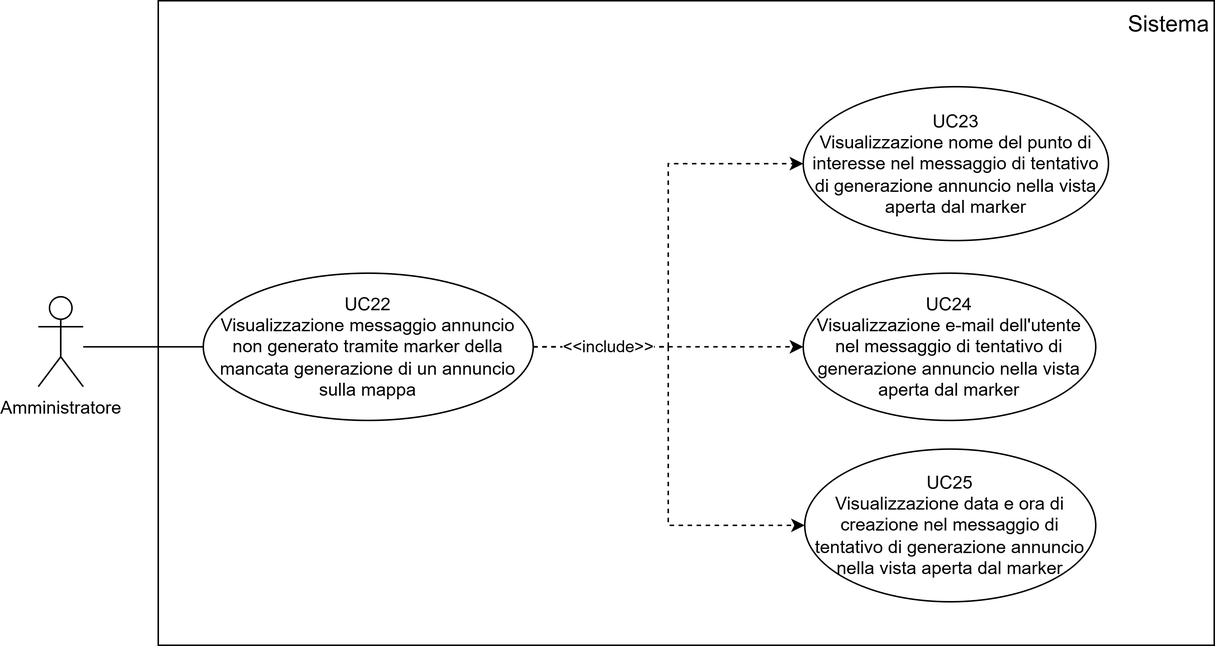
Before: assets/use_cases/UC22-23-24-25.png, a diagram exported from draw.io (SWEatUNIPD/docs). Source tidied: cells renumbered, new cells last; positions are measured from the earlier drawing's top-left corner, leaving out a move shared by most shapes.
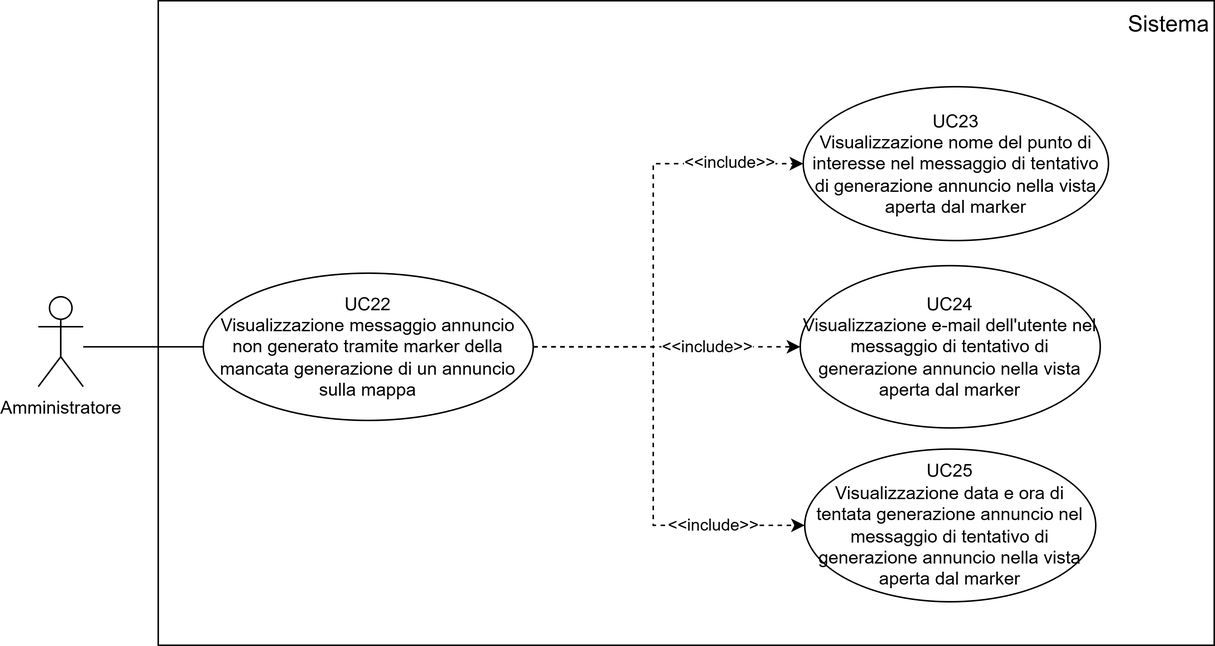
The same diagram one commit later.

Diff of the diagram source:
```diff
@@ -18,38 +18,46 @@
     <mxCell id="5" style="edgeStyle=orthogonalEdgeStyle;rounded=0;jettySize=auto;html=1;dashed=1;exitX=1;exitY=0.5;exitDx=0;exitDy=0;" parent="1" edge="1" source="9" target="10">
       <mxGeometry relative="1" as="geometry">
         <Array as="points">
-          <mxPoint x="420" y="231" />
-          <mxPoint x="420" y="350" />
+          <mxPoint x="330" y="230" />
+          <mxPoint x="410" y="230" />
+          <mxPoint x="410" y="350" />
         </Array>
       </mxGeometry>
     </mxCell>
+    <mxCell id="14" value="&amp;lt;&amp;lt;include&amp;gt;&amp;gt;" style="edgeLabel;html=1;align=center;verticalAlign=middle;" parent="5" vertex="1">
+      <mxGeometry x="0.59" y="1" relative="1" as="geometry" />
+    </mxCell>
     <mxCell id="6" style="edgeStyle=orthogonalEdgeStyle;rounded=0;jettySize=auto;html=1;exitX=1;exitY=0.5;exitDx=0;exitDy=0;dashed=1;entryX=0;entryY=0.5;entryDx=0;entryDy=0;" parent="1" edge="1" source="9" target="12">
       <mxGeometry relative="1" as="geometry" />
     </mxCell>
+    <mxCell id="15" value="&amp;lt;&amp;lt;include&amp;gt;&amp;gt;" style="edgeLabel;html=1;align=center;verticalAlign=middle;" parent="6" vertex="1">
+      <mxGeometry x="0.3" y="-3" relative="1" as="geometry">
+        <mxPoint y="-3" as="offset" />
+      </mxGeometry>
+    </mxCell>
     <mxCell id="7" style="edgeStyle=orthogonalEdgeStyle;rounded=0;jettySize=auto;html=1;exitX=1;exitY=0.5;exitDx=0;exitDy=0;entryX=0;entryY=0.5;entryDx=0;entryDy=0;dashed=1;" parent="1" edge="1" source="9" target="11">
       <mxGeometry relative="1" as="geometry">
         <Array as="points">
-          <mxPoint x="420" y="231" />
-          <mxPoint x="420" y="109" />
+          <mxPoint x="330" y="230" />
+          <mxPoint x="410" y="230" />
+          <mxPoint x="410" y="109" />
         </Array>
       </mxGeometry>
     </mxCell>
-    <mxCell id="8" value="&amp;lt;&amp;lt;include&amp;gt;&amp;gt;" style="edgeLabel;html=1;align=center;verticalAlign=middle;" parent="7" vertex="1">
-      <mxGeometry x="-0.76" relative="1" as="geometry">
-        <mxPoint x="14" as="offset" />
-      </mxGeometry>
-    </mxCell>
+    <mxCell id="16" value="&amp;lt;&amp;lt;include&amp;gt;&amp;gt;" style="edgeLabel;html=1;align=center;verticalAlign=middle;" parent="7" vertex="1">
+      <mxGeometry x="0.68" y="1" relative="1" as="geometry" />
+    </mxCell>
     <mxCell id="9" value="UC22&lt;div&gt;Visualizzazione messaggio annuncio non generato tramite marker della mancata generazione di un annuncio sulla mappa&lt;/div&gt;" style="ellipse;whiteSpace=wrap;html=1;fillColor=none;" parent="1" vertex="1">
       <mxGeometry x="110" y="181.8" width="220" height="98.2" as="geometry" />
     </mxCell>
-    <mxCell id="10" value="UC25&lt;div&gt;Visualizzazione data e ora di creazione nel messaggio di tentativo di generazione annuncio nella vista aperta dal marker&lt;/div&gt;" style="ellipse;whiteSpace=wrap;html=1;fillColor=none;" parent="1" vertex="1">
+    <mxCell id="10" value="UC25&lt;div&gt;Visualizzazione data e ora di tentata generazione annuncio nel messaggio di tentativo di generazione annuncio nella vista aperta dal marker&lt;/div&gt;" style="ellipse;whiteSpace=wrap;html=1;fillColor=none;" parent="1" vertex="1">
       <mxGeometry x="511" y="299.1" width="194" height="101.9" as="geometry" />
     </mxCell>
     <mxCell id="11" value="UC23&lt;div&gt;Visualizzazione nome del punto di interesse nel messaggio di tentativo di generazione annuncio nella vista aperta dal marker&lt;/div&gt;" style="ellipse;whiteSpace=wrap;html=1;fillColor=none;" parent="1" vertex="1">
       <mxGeometry x="510" y="57.4" width="203.5" height="102.6" as="geometry" />
     </mxCell>
     <mxCell id="12" value="UC24&lt;div&gt;Visualizzazione e-mail dell'utente nel messaggio di tentativo di generazione annuncio nella vista aperta dal marker&lt;/div&gt;" style="ellipse;whiteSpace=wrap;html=1;fillColor=none;" parent="1" vertex="1">
-      <mxGeometry x="510" y="181.8" width="195" height="98.2" as="geometry" />
+      <mxGeometry x="508" y="176.8" width="200" height="108.2" as="geometry" />
     </mxCell>
     <mxCell id="13" value="&lt;font style=&quot;font-size: 15px;&quot;&gt;Sistema&lt;/font&gt;" style="text;html=1;align=center;verticalAlign=middle;whiteSpace=wrap;rounded=0;" parent="1" vertex="1">
       <mxGeometry x="724" width="60" height="30" as="geometry" />
```
